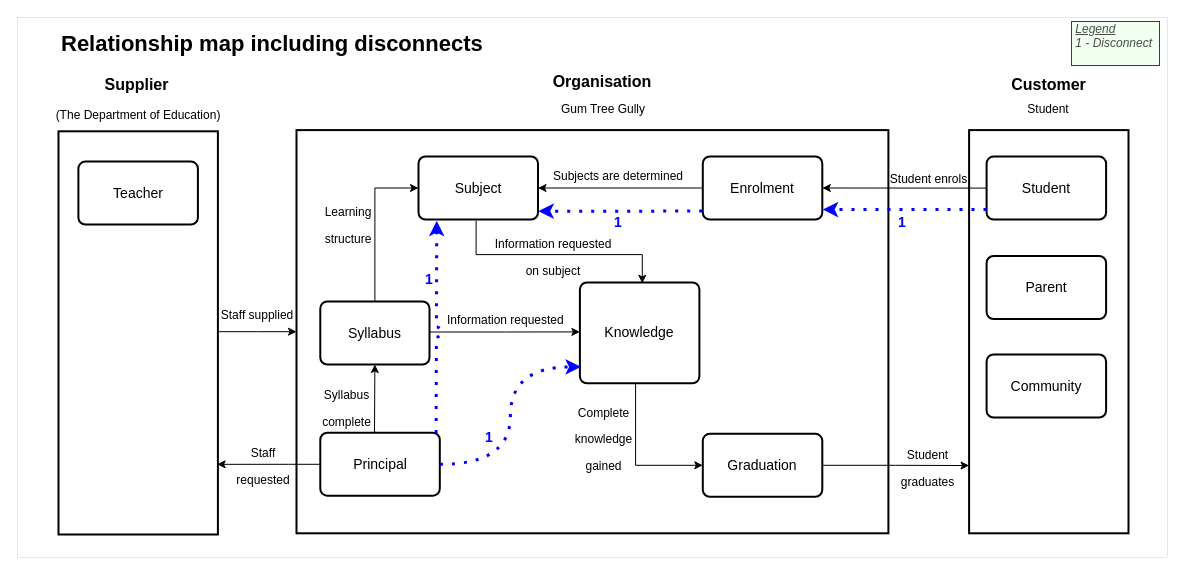
The draw.io diagram page "Relationship_Map_Disconnect" (2 of 6) of All_Maps_A1.drawio in SRMITGit/diagrams, before the edit. Source tidied: cells renumbered, new cells numbered last; positions are measured from the earlier drawing's top-left corner, leaving out a move shared by most shapes. Both pictures are drawn from the tidied source at 100%, with x=0, y=0 at pixel (17, 17).
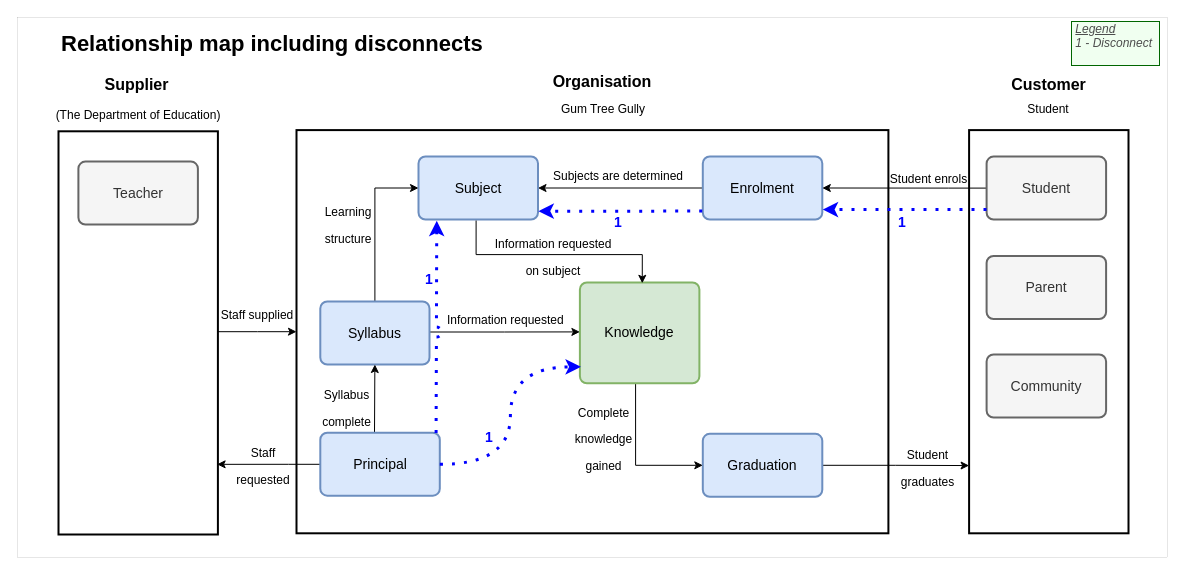
The same page after the edit.

What changed in the source:
```diff
@@
-    <mxCell id="6" value="&lt;font style=&quot;font-size: 14px&quot;&gt;Teacher&lt;/font&gt;" style="rounded=1;whiteSpace=wrap;html=1;absoluteArcSize=1;arcSize=14;strokeWidth=2;" parent="1" vertex="1">
+    <mxCell id="6" value="&lt;font style=&quot;font-size: 14px&quot;&gt;Teacher&lt;/font&gt;" style="rounded=1;whiteSpace=wrap;html=1;absoluteArcSize=1;arcSize=14;strokeWidth=2;fillColor=#f5f5f5;fontColor=#333333;strokeColor=#666666;" parent="1" vertex="1">
       <mxGeometry x="60.9" y="144.1" width="119.5" height="63" as="geometry" />
     </mxCell>
@@
-    <mxCell id="10" value="&lt;font style=&quot;font-size: 14px&quot;&gt;Subject&lt;/font&gt;" style="rounded=1;whiteSpace=wrap;html=1;absoluteArcSize=1;arcSize=14;strokeWidth=2;" parent="1" vertex="1">
+    <mxCell id="10" value="&lt;font style=&quot;font-size: 14px&quot;&gt;Subject&lt;/font&gt;" style="rounded=1;whiteSpace=wrap;html=1;absoluteArcSize=1;arcSize=14;strokeWidth=2;fillColor=#dae8fc;strokeColor=#6c8ebf;" parent="1" vertex="1">
       <mxGeometry x="401" y="139" width="119.5" height="63" as="geometry" />
     </mxCell>
@@
-    <mxCell id="13" value="&lt;font style=&quot;font-size: 14px&quot;&gt;Enrolment&lt;/font&gt;" style="rounded=1;whiteSpace=wrap;html=1;absoluteArcSize=1;arcSize=14;strokeWidth=2;" parent="1" vertex="1">
+    <mxCell id="13" value="&lt;font style=&quot;font-size: 14px&quot;&gt;Enrolment&lt;/font&gt;" style="rounded=1;whiteSpace=wrap;html=1;absoluteArcSize=1;arcSize=14;strokeWidth=2;fillColor=#dae8fc;strokeColor=#6c8ebf;" parent="1" vertex="1">
       <mxGeometry x="685.3" y="139" width="119.5" height="63" as="geometry" />
     </mxCell>
@@
-    <mxCell id="15" value="&lt;font style=&quot;font-size: 14px&quot;&gt;Graduation&lt;/font&gt;" style="rounded=1;whiteSpace=wrap;html=1;absoluteArcSize=1;arcSize=14;strokeWidth=2;" parent="1" vertex="1">
+    <mxCell id="15" value="&lt;font style=&quot;font-size: 14px&quot;&gt;Graduation&lt;/font&gt;" style="rounded=1;whiteSpace=wrap;html=1;absoluteArcSize=1;arcSize=14;strokeWidth=2;fillColor=#dae8fc;strokeColor=#6c8ebf;" parent="1" vertex="1">
       <mxGeometry x="685.3" y="416.3" width="119.5" height="63" as="geometry" />
     </mxCell>
@@
-    <mxCell id="17" value="&lt;font style=&quot;font-size: 14px&quot;&gt;Knowledge&lt;/font&gt;" style="rounded=1;whiteSpace=wrap;html=1;absoluteArcSize=1;arcSize=14;strokeWidth=2;strokeColor=#000000;" parent="1" vertex="1">
+    <mxCell id="17" value="&lt;font style=&quot;font-size: 14px&quot;&gt;Knowledge&lt;/font&gt;" style="rounded=1;whiteSpace=wrap;html=1;absoluteArcSize=1;arcSize=14;strokeWidth=2;strokeColor=#82b366;fillColor=#d5e8d4;" parent="1" vertex="1">
       <mxGeometry x="562.4" y="265" width="119.5" height="100.8" as="geometry" />
     </mxCell>
@@
-    <mxCell id="20" value="&lt;font style=&quot;font-size: 14px&quot;&gt;Student&lt;/font&gt;" style="rounded=1;whiteSpace=wrap;html=1;absoluteArcSize=1;arcSize=14;strokeWidth=2;" parent="1" vertex="1">
+    <mxCell id="20" value="&lt;font style=&quot;font-size: 14px&quot;&gt;Student&lt;/font&gt;" style="rounded=1;whiteSpace=wrap;html=1;absoluteArcSize=1;arcSize=14;strokeWidth=2;fillColor=#f5f5f5;fontColor=#333333;strokeColor=#666666;" parent="1" vertex="1">
       <mxGeometry x="969.1" y="139.1" width="119.5" height="63" as="geometry" />
     </mxCell>
@@
-    <mxCell id="24" value="&lt;font style=&quot;font-size: 14px&quot;&gt;Syllabus&lt;/font&gt;" style="rounded=1;whiteSpace=wrap;html=1;absoluteArcSize=1;arcSize=14;strokeWidth=2;" parent="1" vertex="1">
+    <mxCell id="24" value="&lt;font style=&quot;font-size: 14px&quot;&gt;Syllabus&lt;/font&gt;" style="rounded=1;whiteSpace=wrap;html=1;absoluteArcSize=1;arcSize=14;strokeWidth=2;fillColor=#dae8fc;strokeColor=#6c8ebf;" parent="1" vertex="1">
       <mxGeometry x="302.8" y="284" width="109.2" height="63" as="geometry" />
     </mxCell>
@@
-    <mxCell id="27" value="&lt;font style=&quot;font-size: 14px&quot;&gt;Principal&lt;/font&gt;" style="rounded=1;whiteSpace=wrap;html=1;absoluteArcSize=1;arcSize=14;strokeWidth=2;" parent="1" vertex="1">
+    <mxCell id="27" value="&lt;font style=&quot;font-size: 14px&quot;&gt;Principal&lt;/font&gt;" style="rounded=1;whiteSpace=wrap;html=1;absoluteArcSize=1;arcSize=14;strokeWidth=2;fillColor=#dae8fc;strokeColor=#6c8ebf;" parent="1" vertex="1">
       <mxGeometry x="302.8" y="415.2" width="119.5" height="63" as="geometry" />
     </mxCell>
@@
-    <mxCell id="41" value="&lt;font style=&quot;font-size: 14px&quot;&gt;Parent&lt;/font&gt;" style="rounded=1;whiteSpace=wrap;html=1;absoluteArcSize=1;arcSize=14;strokeWidth=2;" parent="1" vertex="1">
+    <mxCell id="41" value="&lt;font style=&quot;font-size: 14px&quot;&gt;Parent&lt;/font&gt;" style="rounded=1;whiteSpace=wrap;html=1;absoluteArcSize=1;arcSize=14;strokeWidth=2;fillColor=#f5f5f5;fontColor=#333333;strokeColor=#666666;" parent="1" vertex="1">
       <mxGeometry x="969.1" y="238.5" width="119.5" height="63" as="geometry" />
     </mxCell>
-    <mxCell id="42" value="&lt;font style=&quot;font-size: 14px&quot;&gt;Community&lt;/font&gt;" style="rounded=1;whiteSpace=wrap;html=1;absoluteArcSize=1;arcSize=14;strokeWidth=2;" parent="1" vertex="1">
+    <mxCell id="42" value="&lt;font style=&quot;font-size: 14px&quot;&gt;Community&lt;/font&gt;" style="rounded=1;whiteSpace=wrap;html=1;absoluteArcSize=1;arcSize=14;strokeWidth=2;fillColor=#f5f5f5;fontColor=#333333;strokeColor=#666666;" parent="1" vertex="1">
       <mxGeometry x="969.1" y="337" width="119.5" height="63" as="geometry" />
     </mxCell>
```
